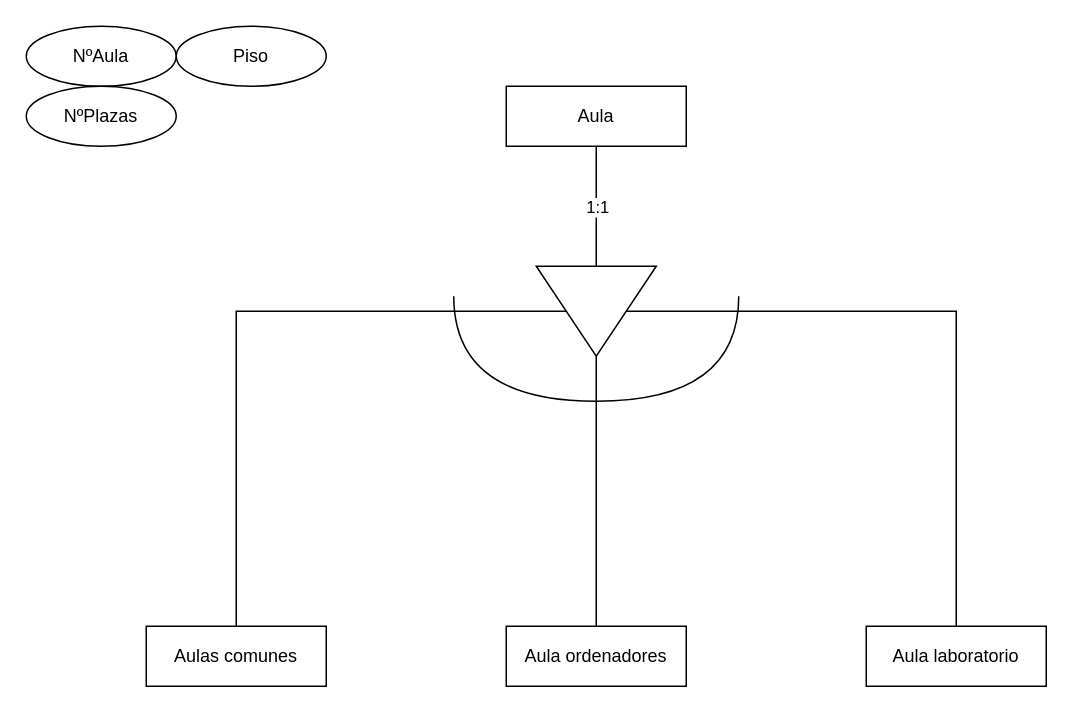
Earlier version of the draw.io diagram page "Ej8" (6 of 9) of Tareas/Tarea3/Tarea3.drawio (JuanManuelMM/Base-Datos). Source tidied: cells renumbered, new cells numbered last; positions are measured from the earlier drawing's top-left corner, leaving out a move shared by most shapes. Both pictures are drawn from the tidied source at 150%, with x=0, y=0 at pixel (26, 26).
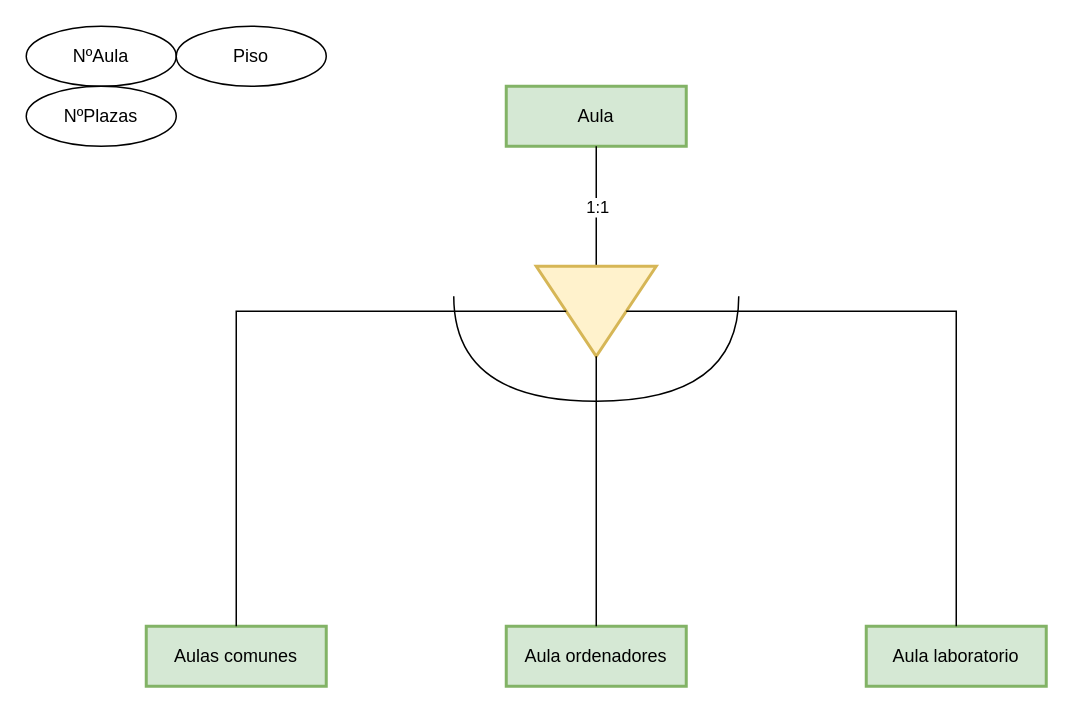
The same page after the edit.

What changed in the source:
```diff
@@
-    <mxCell id="2" value="Aula" style="whiteSpace=wrap;html=1;align=center;strokeWidth=1;" parent="1" vertex="1">
+    <mxCell id="2" value="Aula" style="whiteSpace=wrap;html=1;align=center;strokeWidth=2;fillColor=#d5e8d4;strokeColor=#82b366;" parent="1" vertex="1">
       <mxGeometry x="320" y="40" width="120" height="40" as="geometry" />
     </mxCell>
-    <mxCell id="3" value="Aula ordenadores" style="whiteSpace=wrap;html=1;align=center;strokeWidth=1;" parent="1" vertex="1">
+    <mxCell id="3" value="Aula ordenadores" style="whiteSpace=wrap;html=1;align=center;strokeWidth=2;fillColor=#d5e8d4;strokeColor=#82b366;" parent="1" vertex="1">
       <mxGeometry x="320" y="400" width="120" height="40" as="geometry" />
     </mxCell>
-    <mxCell id="4" value="Aula laboratorio" style="whiteSpace=wrap;html=1;align=center;strokeWidth=1;" parent="1" vertex="1">
+    <mxCell id="4" value="Aula laboratorio" style="whiteSpace=wrap;html=1;align=center;strokeWidth=2;fillColor=#d5e8d4;strokeColor=#82b366;" parent="1" vertex="1">
       <mxGeometry x="560" y="400" width="120" height="40" as="geometry" />
     </mxCell>
-    <mxCell id="5" value="Aulas comunes" style="whiteSpace=wrap;html=1;align=center;strokeWidth=1;" parent="1" vertex="1">
+    <mxCell id="5" value="Aulas comunes" style="whiteSpace=wrap;html=1;align=center;strokeWidth=2;fillColor=#d5e8d4;strokeColor=#82b366;" parent="1" vertex="1">
       <mxGeometry x="80" y="400" width="120" height="40" as="geometry" />
     </mxCell>
@@
-    <mxCell id="8" style="triangle;whiteSpace=wrap;html=1;strokeWidth=1;rotation=90;" parent="1" vertex="1">
+    <mxCell id="8" style="triangle;whiteSpace=wrap;html=1;strokeWidth=2;rotation=90;fillColor=#fff2cc;strokeColor=#d6b656;" parent="1" vertex="1">
       <mxGeometry x="350" y="150" width="60" height="80" as="geometry" />
     </mxCell>
```
